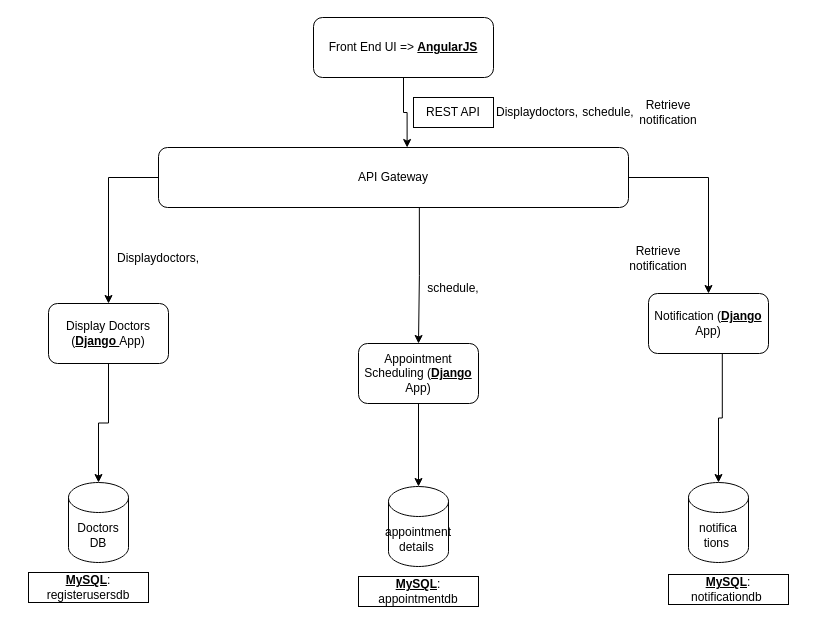
Before: Untitled Diagram.drawio in atheeswaran/Scalable-Services, a draw.io diagram. Source tidied: cells renumbered, new cells numbered last; positions are measured from the earlier drawing's top-left corner, leaving out a move shared by most shapes. Both pictures are drawn from the tidied source at 100%, with x=0, y=0 at pixel (28, 17).
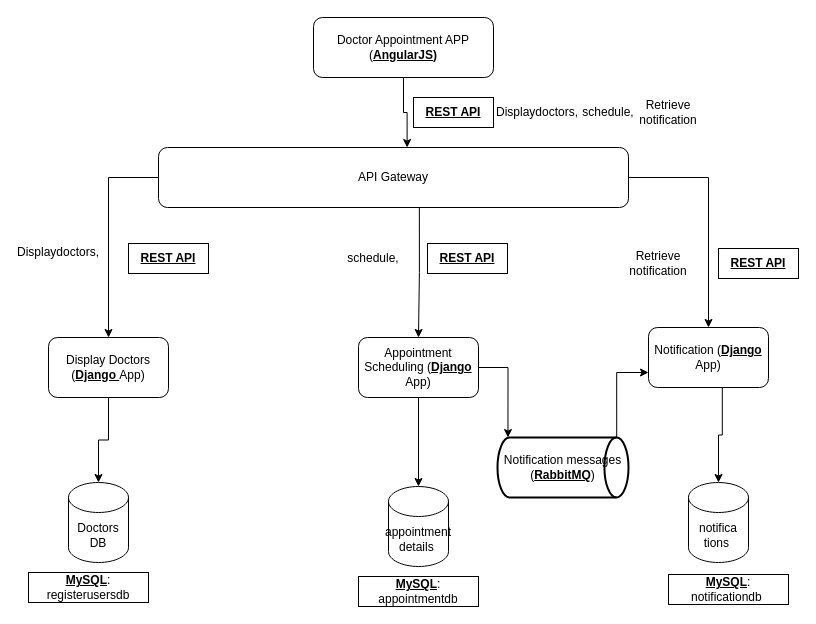
The same diagram, later.

Change to the diagram source:
```diff
@@
-    <mxCell id="4" value="Front End UI =&amp;gt; &lt;b&gt;&lt;u&gt;AngularJS&lt;/u&gt;&lt;/b&gt;" style="rounded=1;whiteSpace=wrap;html=1;" parent="1" vertex="1">
+    <mxCell id="4" value="Doctor Appointment APP (&lt;b&gt;&lt;u&gt;AngularJS)&lt;/u&gt;&lt;/b&gt;" style="rounded=1;whiteSpace=wrap;html=1;" parent="1" vertex="1">
       <mxGeometry x="285" width="180" height="60" as="geometry" />
     </mxCell>
@@
     <mxCell id="10" value="Display Doctors (&lt;b&gt;&lt;u&gt;Django &lt;/u&gt;&lt;/b&gt;App)" style="rounded=1;whiteSpace=wrap;html=1;" parent="1" vertex="1">
-      <mxGeometry x="20" y="286" width="120" height="60" as="geometry" />
+      <mxGeometry x="20" y="320" width="120" height="60" as="geometry" />
     </mxCell>
@@
     <mxCell id="12" value="Appointment Scheduling (&lt;b&gt;&lt;u&gt;Django &lt;/u&gt;&lt;/b&gt;App)" style="rounded=1;whiteSpace=wrap;html=1;" parent="1" vertex="1">
-      <mxGeometry x="330" y="326" width="120" height="60" as="geometry" />
+      <mxGeometry x="330" y="320" width="120" height="60" as="geometry" />
     </mxCell>
@@
     <mxCell id="14" value="Notification (&lt;b&gt;&lt;u&gt;Django&lt;/u&gt;&lt;/b&gt; App)" style="rounded=1;whiteSpace=wrap;html=1;" parent="1" vertex="1">
-      <mxGeometry x="620" y="276" width="120" height="60" as="geometry" />
+      <mxGeometry x="620" y="310" width="120" height="60" as="geometry" />
     </mxCell>
@@
-    <mxCell id="21" value="REST API" style="rounded=0;whiteSpace=wrap;html=1;" parent="1" vertex="1">
+    <mxCell id="21" value="&lt;b&gt;&lt;u&gt;REST API&lt;/u&gt;&lt;/b&gt;" style="rounded=0;whiteSpace=wrap;html=1;" parent="1" vertex="1">
       <mxGeometry x="385" y="80" width="80" height="30" as="geometry" />
     </mxCell>
@@
     <mxCell id="25" value="Displaydoctors," style="text;html=1;strokeColor=none;fillColor=none;align=center;verticalAlign=middle;whiteSpace=wrap;rounded=0;" parent="1" vertex="1">
-      <mxGeometry x="100" y="226" width="60" height="30" as="geometry" />
+      <mxGeometry y="220" width="60" height="30" as="geometry" />
     </mxCell>
     <mxCell id="26" value="schedule," style="text;html=1;strokeColor=none;fillColor=none;align=center;verticalAlign=middle;whiteSpace=wrap;rounded=0;" parent="1" vertex="1">
-      <mxGeometry x="395" y="256" width="60" height="30" as="geometry" />
+      <mxGeometry x="315" y="226" width="60" height="30" as="geometry" />
     </mxCell>
     <mxCell id="27" value="Retrieve notification" style="text;html=1;strokeColor=none;fillColor=none;align=center;verticalAlign=middle;whiteSpace=wrap;rounded=0;" parent="1" vertex="1">
-      <mxGeometry x="600" y="226" width="60" height="30" as="geometry" />
+      <mxGeometry x="600" y="231" width="60" height="30" as="geometry" />
     </mxCell>
+    <mxCell id="28" value="&lt;b&gt;&lt;u&gt;REST API&lt;/u&gt;&lt;/b&gt;" style="rounded=0;whiteSpace=wrap;html=1;" parent="1" vertex="1">
+      <mxGeometry x="100" y="226" width="80" height="30" as="geometry" />
+    </mxCell>
+    <mxCell id="29" value="&lt;b&gt;&lt;u&gt;REST API&lt;/u&gt;&lt;/b&gt;" style="rounded=0;whiteSpace=wrap;html=1;" parent="1" vertex="1">
+      <mxGeometry x="399" y="226" width="80" height="30" as="geometry" />
+    </mxCell>
+    <mxCell id="30" value="&lt;b&gt;&lt;u&gt;REST API&lt;/u&gt;&lt;/b&gt;" style="rounded=0;whiteSpace=wrap;html=1;" parent="1" vertex="1">
+      <mxGeometry x="690" y="231" width="80" height="30" as="geometry" />
+    </mxCell>
+    <mxCell id="31" style="edgeStyle=orthogonalEdgeStyle;rounded=0;jettySize=auto;html=1;exitX=0.91;exitY=0;exitDx=0;exitDy=0;exitPerimeter=0;entryX=0;entryY=0.75;entryDx=0;entryDy=0;" parent="1" edge="1" source="32" target="14">
+      <mxGeometry relative="1" as="geometry" />
+    </mxCell>
+    <mxCell id="32" value="Notification messages (&lt;b&gt;&lt;u&gt;RabbitMQ&lt;/u&gt;&lt;/b&gt;)" style="strokeWidth=2;html=1;shape=mxgraph.flowchart.direct_data;whiteSpace=wrap;" parent="1" vertex="1">
+      <mxGeometry x="469" y="420" width="131" height="60" as="geometry" />
+    </mxCell>
+    <mxCell id="33" style="edgeStyle=orthogonalEdgeStyle;rounded=0;jettySize=auto;html=1;entryX=0.08;entryY=0;entryDx=0;entryDy=0;entryPerimeter=0;" parent="1" edge="1" source="12" target="32">
+      <mxGeometry relative="1" as="geometry" />
+    </mxCell>
```
